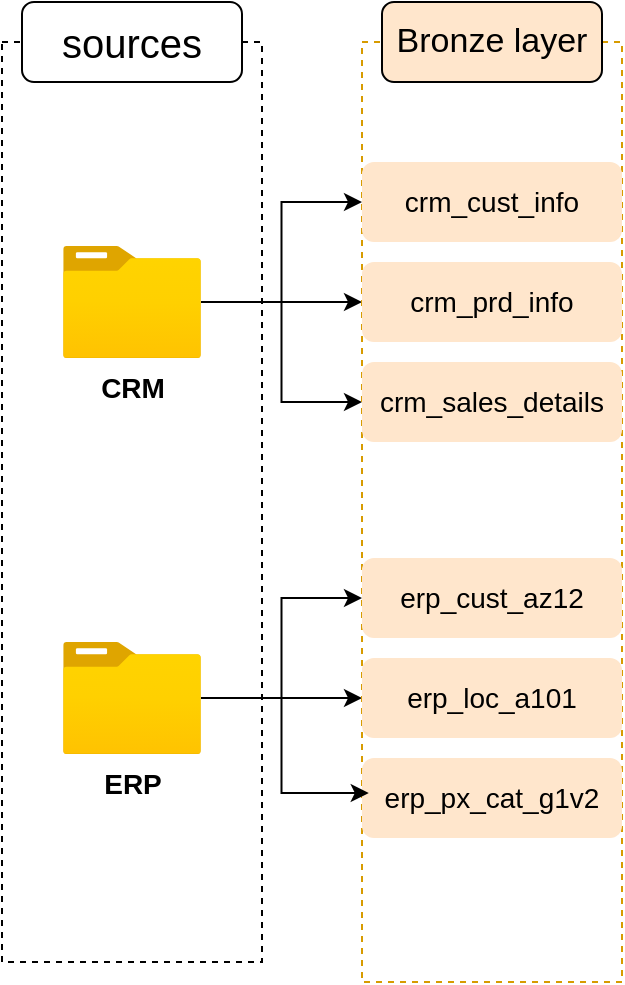
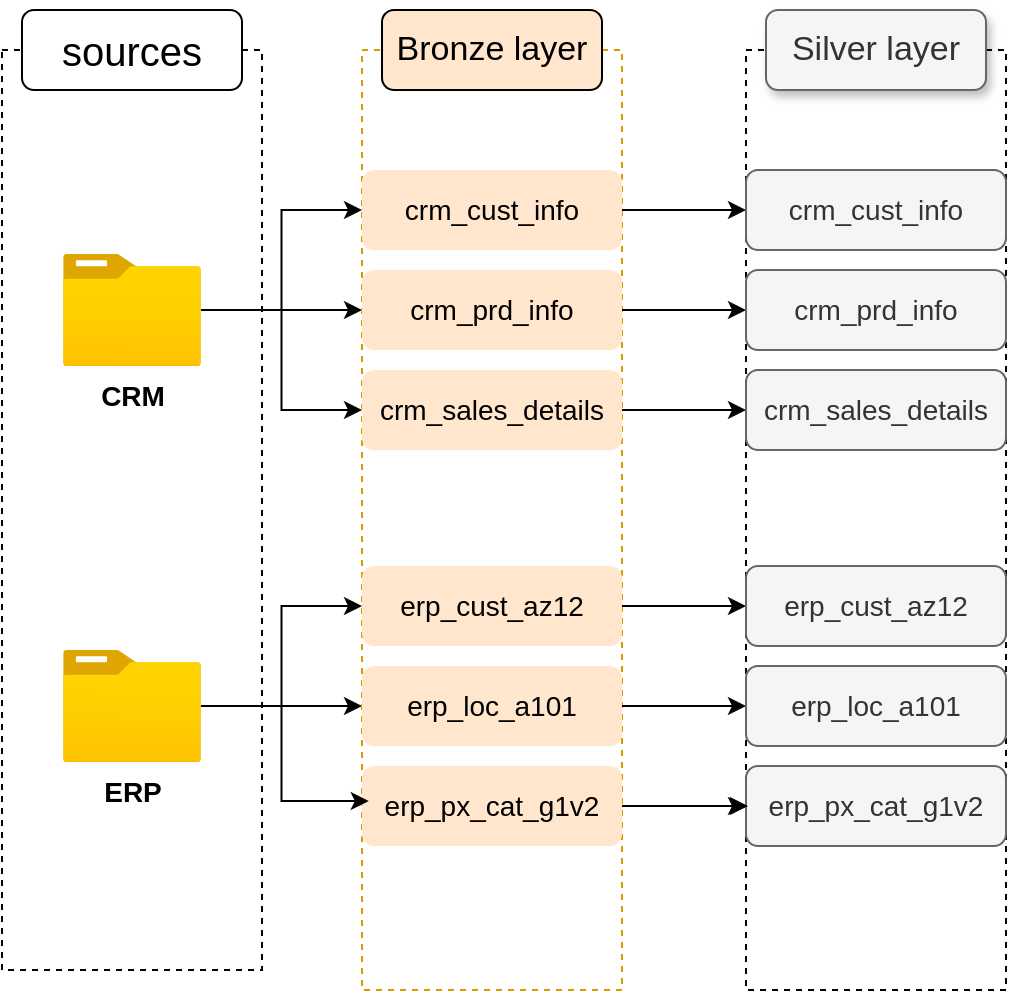
<mxfile host="Electron">
  <diagram name="Page-1" id="suNd0YW0hI6biOiqUX2v">
-     <mxGraphModel dx="878" dy="722" grid="1" gridSize="10" guides="1" tooltips="1" connect="1" arrows="1" fold="1" page="1" pageScale="1" pageWidth="850" pageHeight="1100" math="0" shadow="0">
+     <mxGraphModel dx="864" dy="707" grid="1" gridSize="10" guides="1" tooltips="1" connect="1" arrows="1" fold="1" page="1" pageScale="1" pageWidth="850" pageHeight="1100" math="0" shadow="0">
      <root>
        <mxCell id="0" />
        <mxCell id="1" parent="0" />
        <mxCell id="YwpsaxYMbZgfW2QOFWQZ-1" parent="1" style="rounded=0;whiteSpace=wrap;html=1;fillColor=none;dashed=1;" value="" vertex="1">
          <mxGeometry height="460" width="130" x="20" y="250" as="geometry" />
        </mxCell>
        <mxCell id="YwpsaxYMbZgfW2QOFWQZ-2" parent="1" style="rounded=1;whiteSpace=wrap;html=1;fontSize=20;" value="sources" vertex="1">
          <mxGeometry height="40" width="110" x="30" y="230" as="geometry" />
        </mxCell>
        <mxCell id="YwpsaxYMbZgfW2QOFWQZ-14" edge="1" parent="1" source="YwpsaxYMbZgfW2QOFWQZ-3" style="edgeStyle=orthogonalEdgeStyle;rounded=0;orthogonalLoop=1;jettySize=auto;html=1;entryX=0;entryY=0.5;entryDx=0;entryDy=0;" target="YwpsaxYMbZgfW2QOFWQZ-11">
          <mxGeometry relative="1" as="geometry" />
        </mxCell>
        <mxCell id="YwpsaxYMbZgfW2QOFWQZ-15" edge="1" parent="1" source="YwpsaxYMbZgfW2QOFWQZ-3" style="edgeStyle=orthogonalEdgeStyle;rounded=0;orthogonalLoop=1;jettySize=auto;html=1;" target="YwpsaxYMbZgfW2QOFWQZ-13">
          <mxGeometry relative="1" as="geometry" />
        </mxCell>
        <mxCell id="YwpsaxYMbZgfW2QOFWQZ-16" edge="1" parent="1" source="YwpsaxYMbZgfW2QOFWQZ-3" style="edgeStyle=orthogonalEdgeStyle;rounded=0;orthogonalLoop=1;jettySize=auto;html=1;entryX=0;entryY=0.5;entryDx=0;entryDy=0;" target="YwpsaxYMbZgfW2QOFWQZ-12">
          <mxGeometry relative="1" as="geometry" />
        </mxCell>
        <mxCell id="YwpsaxYMbZgfW2QOFWQZ-3" parent="1" style="image;aspect=fixed;html=1;points=[];align=center;fontSize=14;image=img/lib/azure2/general/Folder_Blank.svg;fontStyle=1" value="CRM" vertex="1">
          <mxGeometry height="56.00000000000001" width="69" x="50.5" y="352" as="geometry" />
        </mxCell>
        <mxCell id="YwpsaxYMbZgfW2QOFWQZ-20" edge="1" parent="1" source="YwpsaxYMbZgfW2QOFWQZ-4" style="edgeStyle=orthogonalEdgeStyle;rounded=0;orthogonalLoop=1;jettySize=auto;html=1;" target="YwpsaxYMbZgfW2QOFWQZ-18">
          <mxGeometry relative="1" as="geometry" />
        </mxCell>
        <mxCell id="YwpsaxYMbZgfW2QOFWQZ-21" edge="1" parent="1" source="YwpsaxYMbZgfW2QOFWQZ-4" style="edgeStyle=orthogonalEdgeStyle;rounded=0;orthogonalLoop=1;jettySize=auto;html=1;entryX=0;entryY=0.5;entryDx=0;entryDy=0;" target="YwpsaxYMbZgfW2QOFWQZ-19">
          <mxGeometry relative="1" as="geometry" />
        </mxCell>
        <mxCell id="YwpsaxYMbZgfW2QOFWQZ-4" parent="1" style="image;aspect=fixed;html=1;points=[];align=center;fontSize=14;image=img/lib/azure2/general/Folder_Blank.svg;fontStyle=1" value="ERP" vertex="1">
          <mxGeometry height="56.00000000000001" width="69" x="50.5" y="550" as="geometry" />
        </mxCell>
        <mxCell id="YwpsaxYMbZgfW2QOFWQZ-7" parent="1" style="rounded=0;whiteSpace=wrap;html=1;fillColor=none;dashed=1;strokeColor=#d79b00;" value="" vertex="1">
          <mxGeometry height="470" width="130" x="200" y="250" as="geometry" />
        </mxCell>
        <mxCell id="YwpsaxYMbZgfW2QOFWQZ-8" parent="1" style="rounded=1;whiteSpace=wrap;html=1;fillColor=#ffe6cc;strokeColor=default;fontSize=17;" value="Bronze layer" vertex="1">
          <mxGeometry height="40" width="110" x="210" y="230" as="geometry" />
        </mxCell>
+         <mxCell id="KhCXUYR4V5OZIHYmFzIM-9" edge="1" parent="1" source="YwpsaxYMbZgfW2QOFWQZ-11" style="edgeStyle=orthogonalEdgeStyle;rounded=0;orthogonalLoop=1;jettySize=auto;html=1;exitX=1;exitY=0.5;exitDx=0;exitDy=0;" target="KhCXUYR4V5OZIHYmFzIM-3">
+           <mxGeometry relative="1" as="geometry" />
+         </mxCell>
        <mxCell id="YwpsaxYMbZgfW2QOFWQZ-11" parent="1" style="rounded=1;whiteSpace=wrap;html=1;fillColor=#ffe6cc;strokeColor=none;fontSize=14;fontFamily=Helvetica;fontColor=default;fontStyle=0;align=center;verticalAlign=middle;" value="crm_cust_info" vertex="1">
          <mxGeometry height="40" width="130" x="200" y="310" as="geometry" />
+         </mxCell>
+         <mxCell id="KhCXUYR4V5OZIHYmFzIM-11" edge="1" parent="1" source="YwpsaxYMbZgfW2QOFWQZ-12" style="edgeStyle=orthogonalEdgeStyle;rounded=0;orthogonalLoop=1;jettySize=auto;html=1;exitX=1;exitY=0.5;exitDx=0;exitDy=0;" target="KhCXUYR4V5OZIHYmFzIM-5">
+           <mxGeometry relative="1" as="geometry" />
        </mxCell>
        <mxCell id="YwpsaxYMbZgfW2QOFWQZ-12" parent="1" style="rounded=1;whiteSpace=wrap;html=1;fillColor=#ffe6cc;strokeColor=none;fontSize=14;fontFamily=Helvetica;fontColor=default;fontStyle=0;align=center;verticalAlign=middle;" value="crm_sales_details" vertex="1">
          <mxGeometry height="40" width="130" x="200" y="410" as="geometry" />
        </mxCell>
+         <mxCell id="KhCXUYR4V5OZIHYmFzIM-10" edge="1" parent="1" source="YwpsaxYMbZgfW2QOFWQZ-13" style="edgeStyle=orthogonalEdgeStyle;rounded=0;orthogonalLoop=1;jettySize=auto;html=1;" target="KhCXUYR4V5OZIHYmFzIM-4">
+           <mxGeometry relative="1" as="geometry" />
+         </mxCell>
        <mxCell id="YwpsaxYMbZgfW2QOFWQZ-13" parent="1" style="rounded=1;whiteSpace=wrap;html=1;fillColor=#ffe6cc;strokeColor=none;fontSize=14;fontFamily=Helvetica;fontColor=default;fontStyle=0;align=center;verticalAlign=middle;" value="crm_prd_info" vertex="1">
          <mxGeometry height="40" width="130" x="200" y="360" as="geometry" />
+         </mxCell>
+         <mxCell id="KhCXUYR4V5OZIHYmFzIM-19" edge="1" parent="1" source="YwpsaxYMbZgfW2QOFWQZ-17" style="edgeStyle=orthogonalEdgeStyle;rounded=0;orthogonalLoop=1;jettySize=auto;html=1;" target="KhCXUYR4V5OZIHYmFzIM-8" value="">
+           <mxGeometry relative="1" as="geometry" />
        </mxCell>
        <mxCell id="YwpsaxYMbZgfW2QOFWQZ-17" parent="1" style="rounded=1;whiteSpace=wrap;html=1;fillColor=#ffe6cc;strokeColor=none;fontSize=14;fontFamily=Helvetica;fontColor=default;fontStyle=0;align=center;verticalAlign=middle;" value="erp_px_cat_g1v2" vertex="1">
          <mxGeometry height="40" width="130" x="200" y="608" as="geometry" />
        </mxCell>
+         <mxCell id="KhCXUYR4V5OZIHYmFzIM-13" edge="1" parent="1" source="YwpsaxYMbZgfW2QOFWQZ-18" style="edgeStyle=orthogonalEdgeStyle;rounded=0;orthogonalLoop=1;jettySize=auto;html=1;exitX=1;exitY=0.5;exitDx=0;exitDy=0;" target="KhCXUYR4V5OZIHYmFzIM-7">
+           <mxGeometry relative="1" as="geometry" />
+         </mxCell>
        <mxCell id="YwpsaxYMbZgfW2QOFWQZ-18" parent="1" style="rounded=1;whiteSpace=wrap;html=1;fillColor=#ffe6cc;strokeColor=none;fontSize=14;fontFamily=Helvetica;fontColor=default;fontStyle=0;align=center;verticalAlign=middle;" value="erp_loc_a101" vertex="1">
          <mxGeometry height="40" width="130" x="200" y="558" as="geometry" />
+         </mxCell>
+         <mxCell id="KhCXUYR4V5OZIHYmFzIM-12" edge="1" parent="1" source="YwpsaxYMbZgfW2QOFWQZ-19" style="edgeStyle=orthogonalEdgeStyle;rounded=0;orthogonalLoop=1;jettySize=auto;html=1;" target="KhCXUYR4V5OZIHYmFzIM-6">
+           <mxGeometry relative="1" as="geometry" />
        </mxCell>
        <mxCell id="YwpsaxYMbZgfW2QOFWQZ-19" parent="1" style="rounded=1;whiteSpace=wrap;html=1;fillColor=#ffe6cc;strokeColor=none;fontSize=14;fontFamily=Helvetica;fontColor=default;fontStyle=0;align=center;verticalAlign=middle;" value="erp_cust_az12" vertex="1">
          <mxGeometry height="40" width="130" x="200" y="508" as="geometry" />
        </mxCell>
        <mxCell id="YwpsaxYMbZgfW2QOFWQZ-22" edge="1" parent="1" source="YwpsaxYMbZgfW2QOFWQZ-4" style="edgeStyle=orthogonalEdgeStyle;rounded=0;orthogonalLoop=1;jettySize=auto;html=1;entryX=0.026;entryY=0.799;entryDx=0;entryDy=0;entryPerimeter=0;" target="YwpsaxYMbZgfW2QOFWQZ-7">
          <mxGeometry relative="1" as="geometry" />
        </mxCell>
+         <mxCell id="KhCXUYR4V5OZIHYmFzIM-2" parent="1" style="rounded=0;whiteSpace=wrap;html=1;fillColor=none;dashed=1;strokeColor=#000000;" value="" vertex="1">
+           <mxGeometry height="470" width="130" x="392" y="250" as="geometry" />
+         </mxCell>
+         <mxCell id="KhCXUYR4V5OZIHYmFzIM-3" parent="1" style="rounded=1;whiteSpace=wrap;html=1;fillColor=#f5f5f5;strokeColor=#666666;fontSize=14;fontFamily=Helvetica;fontColor=#333333;fontStyle=0;align=center;verticalAlign=middle;" value="crm_cust_info" vertex="1">
+           <mxGeometry height="40" width="130" x="392" y="310" as="geometry" />
+         </mxCell>
+         <mxCell id="KhCXUYR4V5OZIHYmFzIM-4" parent="1" style="rounded=1;whiteSpace=wrap;html=1;fillColor=#f5f5f5;strokeColor=#666666;fontSize=14;fontFamily=Helvetica;fontColor=#333333;fontStyle=0;align=center;verticalAlign=middle;" value="crm_prd_info" vertex="1">
+           <mxGeometry height="40" width="130" x="392" y="360" as="geometry" />
+         </mxCell>
+         <mxCell id="KhCXUYR4V5OZIHYmFzIM-5" parent="1" style="rounded=1;whiteSpace=wrap;html=1;fillColor=#f5f5f5;strokeColor=#666666;fontSize=14;fontFamily=Helvetica;fontColor=#333333;fontStyle=0;align=center;verticalAlign=middle;" value="crm_sales_details" vertex="1">
+           <mxGeometry height="40" width="130" x="392" y="410" as="geometry" />
+         </mxCell>
+         <mxCell id="KhCXUYR4V5OZIHYmFzIM-6" parent="1" style="rounded=1;whiteSpace=wrap;html=1;fillColor=#f5f5f5;strokeColor=#666666;fontSize=14;fontFamily=Helvetica;fontColor=#333333;fontStyle=0;align=center;verticalAlign=middle;" value="erp_cust_az12" vertex="1">
+           <mxGeometry height="40" width="130" x="392" y="508" as="geometry" />
+         </mxCell>
+         <mxCell id="KhCXUYR4V5OZIHYmFzIM-7" parent="1" style="rounded=1;whiteSpace=wrap;html=1;fillColor=#f5f5f5;strokeColor=#666666;fontSize=14;fontFamily=Helvetica;fontColor=#333333;fontStyle=0;align=center;verticalAlign=middle;" value="erp_loc_a101" vertex="1">
+           <mxGeometry height="40" width="130" x="392" y="558" as="geometry" />
+         </mxCell>
+         <mxCell id="KhCXUYR4V5OZIHYmFzIM-8" parent="1" style="rounded=1;whiteSpace=wrap;html=1;fillColor=#f5f5f5;strokeColor=#666666;fontSize=14;fontFamily=Helvetica;fontColor=#333333;fontStyle=0;align=center;verticalAlign=middle;" value="erp_px_cat_g1v2" vertex="1">
+           <mxGeometry height="40" width="130" x="392" y="608" as="geometry" />
+         </mxCell>
+         <mxCell id="KhCXUYR4V5OZIHYmFzIM-1" parent="1" style="rounded=1;whiteSpace=wrap;html=1;fillColor=#f5f5f5;strokeColor=#666666;fontSize=17;fontColor=#333333;shadow=1;" value="Silver layer" vertex="1">
+           <mxGeometry height="40" width="110" x="402" y="230" as="geometry" />
+         </mxCell>
+         <mxCell id="KhCXUYR4V5OZIHYmFzIM-18" edge="1" parent="1" style="edgeStyle=orthogonalEdgeStyle;rounded=0;orthogonalLoop=1;jettySize=auto;html=1;exitX=1;exitY=0.5;exitDx=0;exitDy=0;">
+           <mxGeometry relative="1" as="geometry">
+             <mxPoint x="331" y="628" as="sourcePoint" />
+             <mxPoint x="393" y="628" as="targetPoint" />
+           </mxGeometry>
+         </mxCell>
      </root>
    </mxGraphModel>
  </diagram>
</mxfile>
